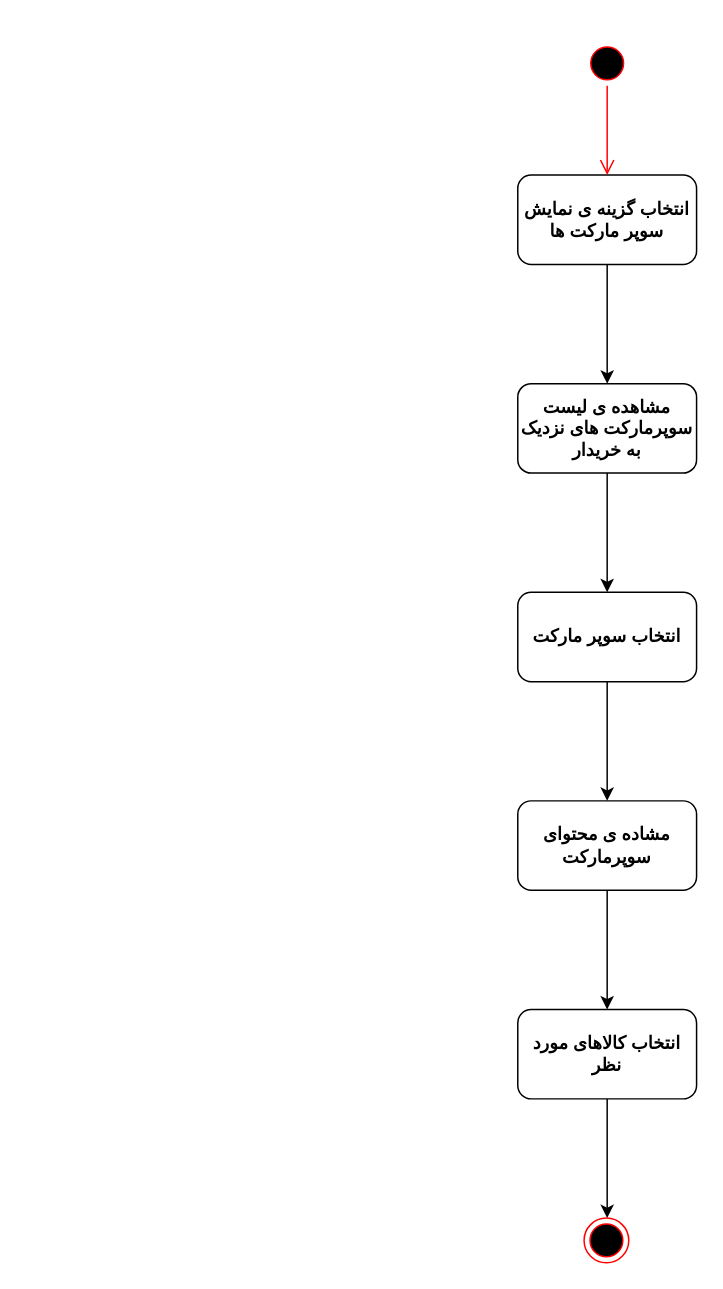
Before: docs/Supermarket Lists Diagram.drawio in marketplus95/marketplus95, a draw.io diagram. Source tidied: cells renumbered, new cells numbered last; positions are measured from the earlier drawing's top-left corner, leaving out a move shared by most shapes. Both pictures are drawn from the tidied source at 149%, with x=0, y=0 at pixel (517, 40).
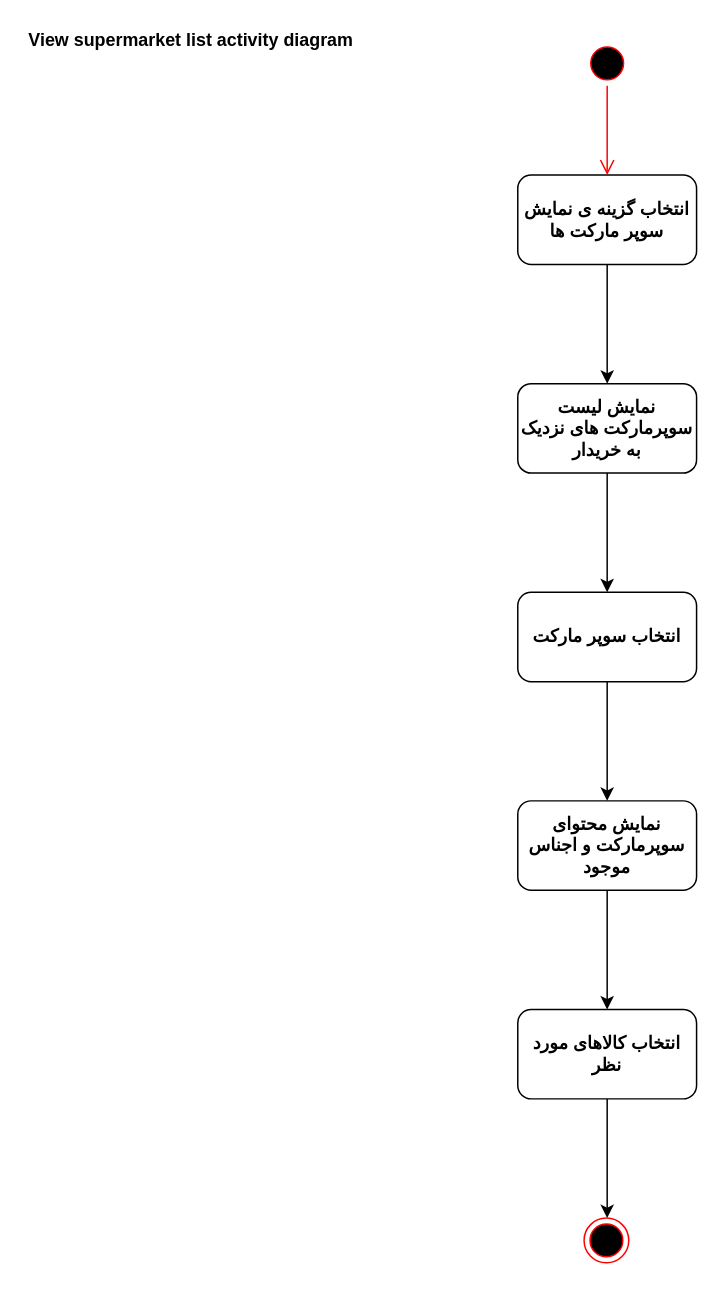
The same diagram, later.

Diff of the diagram source:
```diff
@@
 <mxGraphModel>
   <root>
     <mxCell id="0" />
     <mxCell id="1" parent="0" />
     <mxCell id="2" style="edgeStyle=orthogonalEdgeStyle;rounded=0;jettySize=auto;html=1;" parent="1" edge="1" source="3" target="5">
       <mxGeometry relative="1" as="geometry" />
     </mxCell>
     <mxCell id="3" value="&lt;div&gt;&lt;b&gt;انتخاب گزینه ی نمایش سوپر مارکت ها&lt;/b&gt;&lt;br&gt;&lt;/div&gt;" style="rounded=1;whiteSpace=wrap;html=1;" parent="1" vertex="1">
       <mxGeometry y="90" width="120" height="60" as="geometry" />
     </mxCell>
     <mxCell id="4" style="edgeStyle=orthogonalEdgeStyle;rounded=0;jettySize=auto;html=1;" parent="1" edge="1" source="5" target="7">
       <mxGeometry relative="1" as="geometry" />
     </mxCell>
-    <mxCell id="5" value="&lt;b&gt;مشاهده ی لیست سوپرمارکت های نزدیک به خریدار&lt;/b&gt;" style="rounded=1;whiteSpace=wrap;html=1;" parent="1" vertex="1">
+    <mxCell id="5" value="&lt;b&gt;نمایش لیست سوپرمارکت های نزدیک به خریدار&lt;/b&gt;" style="rounded=1;whiteSpace=wrap;html=1;" parent="1" vertex="1">
       <mxGeometry y="230" width="120" height="60" as="geometry" />
     </mxCell>
     <mxCell id="6" style="edgeStyle=orthogonalEdgeStyle;rounded=0;jettySize=auto;html=1;" parent="1" edge="1" source="7" target="9">
       <mxGeometry relative="1" as="geometry" />
     </mxCell>
     <mxCell id="7" value="&lt;b&gt;انتخاب سوپر مارکت&lt;/b&gt;" style="rounded=1;whiteSpace=wrap;html=1;" parent="1" vertex="1">
       <mxGeometry y="370" width="120" height="60" as="geometry" />
     </mxCell>
     <mxCell id="8" style="edgeStyle=orthogonalEdgeStyle;rounded=0;jettySize=auto;html=1;" parent="1" edge="1" source="9" target="11">
       <mxGeometry relative="1" as="geometry" />
     </mxCell>
-    <mxCell id="9" value="&lt;b&gt;مشاده ی محتوای سوپرمارکت &lt;/b&gt;" style="rounded=1;whiteSpace=wrap;html=1;" parent="1" vertex="1">
+    <mxCell id="9" value="&lt;b&gt;نمایش محتوای سوپرمارکت و اجناس موجود &lt;/b&gt;" style="rounded=1;whiteSpace=wrap;html=1;" parent="1" vertex="1">
       <mxGeometry y="510" width="120" height="60" as="geometry" />
     </mxCell>
     <mxCell id="10" style="edgeStyle=orthogonalEdgeStyle;rounded=0;jettySize=auto;html=1;" parent="1" edge="1" source="11">
       <mxGeometry relative="1" as="geometry">
         <mxPoint x="60" y="790" as="targetPoint" />
       </mxGeometry>
     </mxCell>
     <mxCell id="11" value="&lt;b&gt;انتخاب کالاهای مورد نظر&lt;/b&gt;" style="rounded=1;whiteSpace=wrap;html=1;" parent="1" vertex="1">
       <mxGeometry y="650" width="120" height="60" as="geometry" />
     </mxCell>
     <mxCell id="12" style="ellipse;html=1;shape=startState;fillColor=#000000;strokeColor=#ff0000;" parent="1" vertex="1">
       <mxGeometry x="45" width="30" height="30" as="geometry" />
     </mxCell>
     <mxCell id="13" style="edgeStyle=orthogonalEdgeStyle;html=1;verticalAlign=bottom;endArrow=open;endSize=8;strokeColor=#ff0000;" parent="1" edge="1" source="12">
       <mxGeometry relative="1" as="geometry">
         <mxPoint x="60" y="90" as="targetPoint" />
       </mxGeometry>
     </mxCell>
     <mxCell id="14" style="ellipse;html=1;shape=endState;fillColor=#000000;strokeColor=#ff0000;" parent="1" vertex="1">
       <mxGeometry x="44.5" y="790" width="30" height="30" as="geometry" />
     </mxCell>
+    <mxCell id="15" value="&lt;b&gt;View supermarket list activity diagram&lt;/b&gt;" style="text;html=1;align=left;verticalAlign=top;spacingTop=-4;" parent="1" vertex="1">
+      <mxGeometry x="-330" y="-10" width="240" height="20" as="geometry" />
+    </mxCell>
   </root>
 </mxGraphModel>
```
